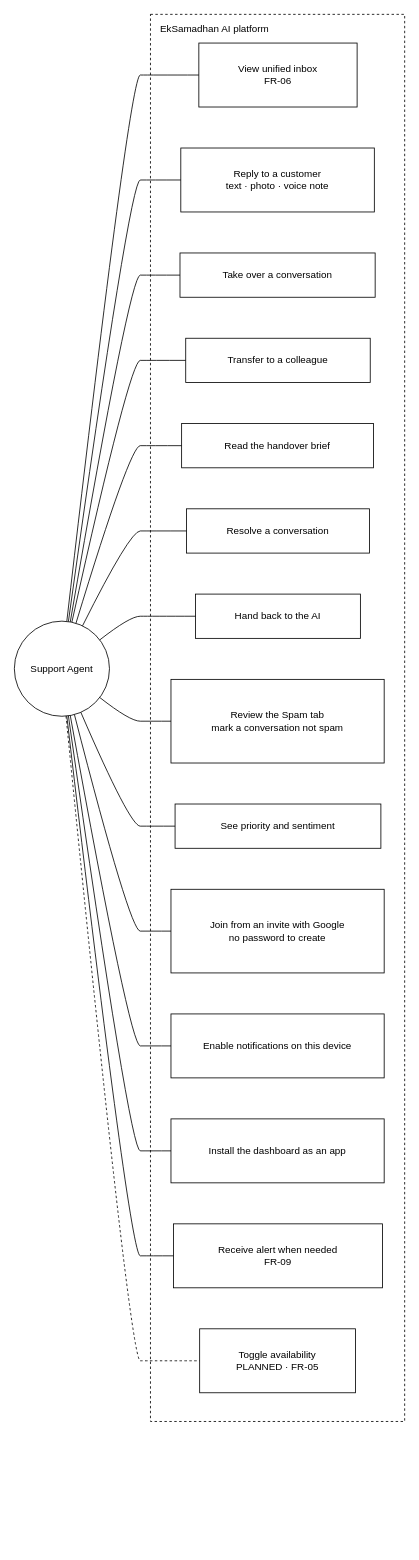
The draw.io diagram docs/system-design/draw.io/use-case/use-case-support-agent.drawio in SayubShakya/eksamadhan-ai, before the edit. Source tidied: cells renumbered, new cells numbered last; positions are measured from the earlier drawing's top-left corner, leaving out a move shared by most shapes. Both pictures are drawn from the tidied source at 82%, with x=0, y=0 at pixel (14, 14).
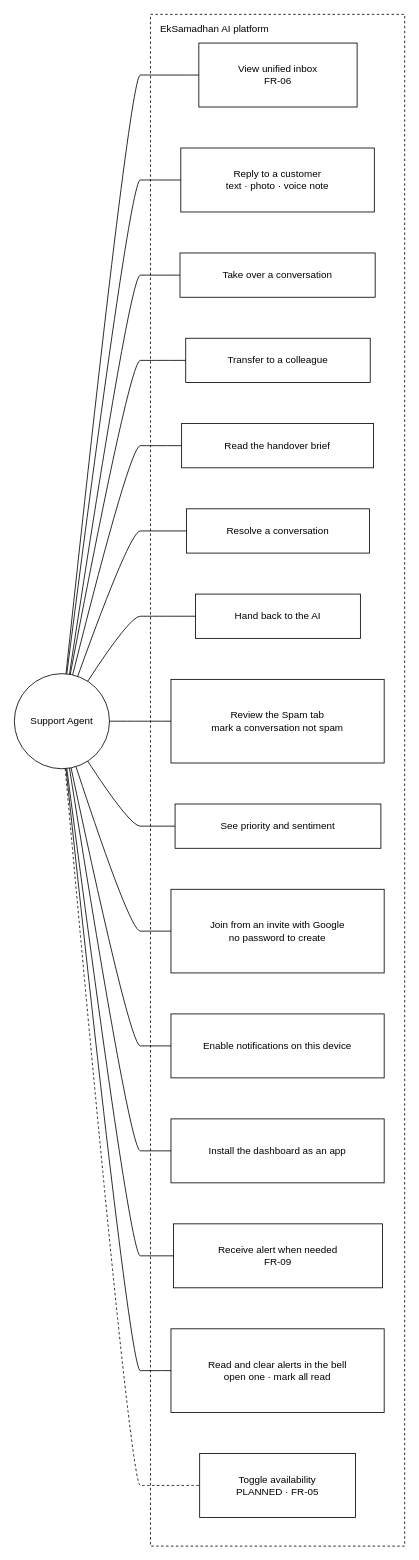
The same page after the edit.

Unchanged cells that the change refers to:
```xml
<mxCell id="4" value="View unified inbox&lt;br/&gt;FR-06" style="rounded=0;whiteSpace=wrap;html=1;" parent="2" vertex="1">
  <mxGeometry x="59" y="35" width="193" height="78" as="geometry" />
</mxCell>
<mxCell id="5" value="Reply to a customer&lt;br/&gt;text · photo · voice note" style="rounded=0;whiteSpace=wrap;html=1;" parent="2" vertex="1">
  <mxGeometry x="37" y="163" width="236" height="78" as="geometry" />
</mxCell>
<mxCell id="6" value="Take over a conversation" style="rounded=0;whiteSpace=wrap;html=1;" parent="2" vertex="1">
  <mxGeometry x="36" y="291" width="238" height="54" as="geometry" />
</mxCell>
<mxCell id="7" value="Transfer to a colleague" style="rounded=0;whiteSpace=wrap;html=1;" parent="2" vertex="1">
  <mxGeometry x="43" y="395" width="225" height="54" as="geometry" />
</mxCell>
<mxCell id="8" value="Read the handover brief" style="rounded=0;whiteSpace=wrap;html=1;" parent="2" vertex="1">
  <mxGeometry x="38" y="499" width="234" height="54" as="geometry" />
</mxCell>
<mxCell id="9" value="Resolve a conversation" style="rounded=0;whiteSpace=wrap;html=1;" parent="2" vertex="1">
  <mxGeometry x="44" y="603" width="223" height="54" as="geometry" />
</mxCell>
<mxCell id="10" value="Hand back to the AI" style="rounded=0;whiteSpace=wrap;html=1;" parent="2" vertex="1">
  <mxGeometry x="55" y="707" width="201" height="54" as="geometry" />
</mxCell>
<mxCell id="11" value="Review the Spam tab&lt;br/&gt;mark a conversation not spam" style="rounded=0;whiteSpace=wrap;html=1;" parent="2" vertex="1">
  <mxGeometry x="25" y="811" width="260" height="102" as="geometry" />
</mxCell>
<mxCell id="12" value="See priority and sentiment" style="rounded=0;whiteSpace=wrap;html=1;" parent="2" vertex="1">
  <mxGeometry x="30" y="963" width="251" height="54" as="geometry" />
</mxCell>
<mxCell id="13" value="Join from an invite with Google&lt;br/&gt;no password to create" style="rounded=0;whiteSpace=wrap;html=1;" parent="2" vertex="1">
  <mxGeometry x="25" y="1067" width="260" height="102" as="geometry" />
</mxCell>
<mxCell id="14" value="Enable notifications on this device" style="rounded=0;whiteSpace=wrap;html=1;" parent="2" vertex="1">
  <mxGeometry x="25" y="1219" width="260" height="78" as="geometry" />
</mxCell>
<mxCell id="15" value="Install the dashboard as an app" style="rounded=0;whiteSpace=wrap;html=1;" parent="2" vertex="1">
  <mxGeometry x="25" y="1347" width="260" height="78" as="geometry" />
</mxCell>
```

What changed in the source:
```diff
@@
     <mxCell id="2" value="EkSamadhan AI platform" style="rounded=0;whiteSpace=wrap;html=1;dashed=1;fillColor=none;verticalAlign=top;align=left;spacingLeft=10;spacingTop=4;" parent="1" vertex="1">
-      <mxGeometry x="166" width="310" height="1716" as="geometry" />
+      <mxGeometry x="166" width="310" height="1868" as="geometry" />
     </mxCell>
     <mxCell id="3" value="Support Agent" style="ellipse;whiteSpace=wrap;html=1;" parent="1" vertex="1">
-      <mxGeometry y="740" width="116" height="116" as="geometry" />
+      <mxGeometry y="804" width="116" height="116" as="geometry" />
     </mxCell>
@@
+    <mxCell id="32" value="Read and clear alerts in the bell&lt;br/&gt;open one · mark all read" style="rounded=0;whiteSpace=wrap;html=1;" parent="2" vertex="1">
+      <mxGeometry x="25" y="1603" width="260" height="102" as="geometry" />
+    </mxCell>
     <mxCell id="17" value="Toggle availability&lt;br/&gt;PLANNED · FR-05" style="rounded=0;whiteSpace=wrap;html=1;" parent="2" vertex="1">
-      <mxGeometry x="60" y="1603" width="190" height="78" as="geometry" />
+      <mxGeometry x="60" y="1755" width="190" height="78" as="geometry" />
     </mxCell>
-    <mxCell id="18" style="edgeStyle=none;curved=1;html=1;endArrow=none;exitX=0.56;exitY=0.00;exitDx=0;exitDy=0;entryX=0.00;entryY=0.50;entryDx=0;entryDy=0;" parent="1" edge="1" source="3" target="4">
+    <mxCell id="18" style="edgeStyle=none;curved=1;html=1;endArrow=none;exitX=0.55;exitY=0.00;exitDx=0;exitDy=0;entryX=0.00;entryY=0.50;entryDx=0;entryDy=0;" parent="1" edge="1" source="3" target="4">
       <mxGeometry relative="1" as="geometry">
         <Array as="points">
           <mxPoint x="141" y="74" />
           <mxPoint x="166" y="74" />
         </Array>
       </mxGeometry>
     </mxCell>
-    <mxCell id="19" style="edgeStyle=none;curved=1;html=1;endArrow=none;exitX=0.57;exitY=0.00;exitDx=0;exitDy=0;entryX=0.00;entryY=0.50;entryDx=0;entryDy=0;" parent="1" edge="1" source="3" target="5">
+    <mxCell id="19" style="edgeStyle=none;curved=1;html=1;endArrow=none;exitX=0.56;exitY=0.00;exitDx=0;exitDy=0;entryX=0.00;entryY=0.50;entryDx=0;entryDy=0;" parent="1" edge="1" source="3" target="5">
       <mxGeometry relative="1" as="geometry">
         <Array as="points">
           <mxPoint x="141" y="202" />
           <mxPoint x="166" y="202" />
         </Array>
       </mxGeometry>
     </mxCell>
-    <mxCell id="20" style="edgeStyle=none;curved=1;html=1;endArrow=none;exitX=0.59;exitY=0.01;exitDx=0;exitDy=0;entryX=0.00;entryY=0.50;entryDx=0;entryDy=0;" parent="1" edge="1" source="3" target="6">
+    <mxCell id="20" style="edgeStyle=none;curved=1;html=1;endArrow=none;exitX=0.58;exitY=0.01;exitDx=0;exitDy=0;entryX=0.00;entryY=0.50;entryDx=0;entryDy=0;" parent="1" edge="1" source="3" target="6">
       <mxGeometry relative="1" as="geometry">
         <Array as="points">
           <mxPoint x="141" y="318" />
           <mxPoint x="166" y="318" />
         </Array>
       </mxGeometry>
     </mxCell>
-    <mxCell id="21" style="edgeStyle=none;curved=1;html=1;endArrow=none;exitX=0.61;exitY=0.01;exitDx=0;exitDy=0;entryX=0.00;entryY=0.50;entryDx=0;entryDy=0;" parent="1" edge="1" source="3" target="7">
+    <mxCell id="21" style="edgeStyle=none;curved=1;html=1;endArrow=none;exitX=0.59;exitY=0.01;exitDx=0;exitDy=0;entryX=0.00;entryY=0.50;entryDx=0;entryDy=0;" parent="1" edge="1" source="3" target="7">
       <mxGeometry relative="1" as="geometry">
         <Array as="points">
           <mxPoint x="141" y="422" />
           <mxPoint x="166" y="422" />
         </Array>
       </mxGeometry>
     </mxCell>
-    <mxCell id="22" style="edgeStyle=none;curved=1;html=1;endArrow=none;exitX=0.65;exitY=0.02;exitDx=0;exitDy=0;entryX=0.00;entryY=0.50;entryDx=0;entryDy=0;" parent="1" edge="1" source="3" target="8">
+    <mxCell id="22" style="edgeStyle=none;curved=1;html=1;endArrow=none;exitX=0.62;exitY=0.01;exitDx=0;exitDy=0;entryX=0.00;entryY=0.50;entryDx=0;entryDy=0;" parent="1" edge="1" source="3" target="8">
       <mxGeometry relative="1" as="geometry">
         <Array as="points">
           <mxPoint x="141" y="526" />
           <mxPoint x="166" y="526" />
         </Array>
       </mxGeometry>
     </mxCell>
-    <mxCell id="23" style="edgeStyle=none;curved=1;html=1;endArrow=none;exitX=0.72;exitY=0.05;exitDx=0;exitDy=0;entryX=0.00;entryY=0.50;entryDx=0;entryDy=0;" parent="1" edge="1" source="3" target="9">
+    <mxCell id="23" style="edgeStyle=none;curved=1;html=1;endArrow=none;exitX=0.67;exitY=0.03;exitDx=0;exitDy=0;entryX=0.00;entryY=0.50;entryDx=0;entryDy=0;" parent="1" edge="1" source="3" target="9">
       <mxGeometry relative="1" as="geometry">
         <Array as="points">
           <mxPoint x="141" y="630" />
           <mxPoint x="166" y="630" />
         </Array>
       </mxGeometry>
     </mxCell>
-    <mxCell id="24" style="edgeStyle=none;curved=1;html=1;endArrow=none;exitX=0.90;exitY=0.19;exitDx=0;exitDy=0;entryX=0.00;entryY=0.50;entryDx=0;entryDy=0;" parent="1" edge="1" source="3" target="10">
+    <mxCell id="24" style="edgeStyle=none;curved=1;html=1;endArrow=none;exitX=0.77;exitY=0.08;exitDx=0;exitDy=0;entryX=0.00;entryY=0.50;entryDx=0;entryDy=0;" parent="1" edge="1" source="3" target="10">
       <mxGeometry relative="1" as="geometry">
         <Array as="points">
           <mxPoint x="141" y="734" />
           <mxPoint x="166" y="734" />
         </Array>
       </mxGeometry>
     </mxCell>
-    <mxCell id="25" style="edgeStyle=none;curved=1;html=1;endArrow=none;exitX=0.90;exitY=0.81;exitDx=0;exitDy=0;entryX=0.00;entryY=0.50;entryDx=0;entryDy=0;" parent="1" edge="1" source="3" target="11">
+    <mxCell id="25" style="edgeStyle=none;curved=1;html=1;endArrow=none;exitX=1.00;exitY=0.50;exitDx=0;exitDy=0;entryX=0.00;entryY=0.50;entryDx=0;entryDy=0;" parent="1" edge="1" source="3" target="11">
       <mxGeometry relative="1" as="geometry">
         <Array as="points">
           <mxPoint x="141" y="862" />
           <mxPoint x="166" y="862" />
         </Array>
       </mxGeometry>
     </mxCell>
-    <mxCell id="26" style="edgeStyle=none;curved=1;html=1;endArrow=none;exitX=0.70;exitY=0.96;exitDx=0;exitDy=0;entryX=0.00;entryY=0.50;entryDx=0;entryDy=0;" parent="1" edge="1" source="3" target="12">
+    <mxCell id="26" style="edgeStyle=none;curved=1;html=1;endArrow=none;exitX=0.77;exitY=0.92;exitDx=0;exitDy=0;entryX=0.00;entryY=0.50;entryDx=0;entryDy=0;" parent="1" edge="1" source="3" target="12">
       <mxGeometry relative="1" as="geometry">
         <Array as="points">
           <mxPoint x="141" y="990" />
           <mxPoint x="166" y="990" />
         </Array>
       </mxGeometry>
     </mxCell>
-    <mxCell id="27" style="edgeStyle=none;curved=1;html=1;endArrow=none;exitX=0.63;exitY=0.98;exitDx=0;exitDy=0;entryX=0.00;entryY=0.50;entryDx=0;entryDy=0;" parent="1" edge="1" source="3" target="13">
+    <mxCell id="27" style="edgeStyle=none;curved=1;html=1;endArrow=none;exitX=0.65;exitY=0.98;exitDx=0;exitDy=0;entryX=0.00;entryY=0.50;entryDx=0;entryDy=0;" parent="1" edge="1" source="3" target="13">
       <mxGeometry relative="1" as="geometry">
         <Array as="points">
           <mxPoint x="141" y="1118" />
           <mxPoint x="166" y="1118" />
         </Array>
       </mxGeometry>
     </mxCell>
-    <mxCell id="28" style="edgeStyle=none;curved=1;html=1;endArrow=none;exitX=0.59;exitY=0.99;exitDx=0;exitDy=0;entryX=0.00;entryY=0.50;entryDx=0;entryDy=0;" parent="1" edge="1" source="3" target="14">
+    <mxCell id="28" style="edgeStyle=none;curved=1;html=1;endArrow=none;exitX=0.60;exitY=0.99;exitDx=0;exitDy=0;entryX=0.00;entryY=0.50;entryDx=0;entryDy=0;" parent="1" edge="1" source="3" target="14">
       <mxGeometry relative="1" as="geometry">
         <Array as="points">
           <mxPoint x="141" y="1258" />
           <mxPoint x="166" y="1258" />
         </Array>
       </mxGeometry>
     </mxCell>
-    <mxCell id="29" style="edgeStyle=none;curved=1;html=1;endArrow=none;exitX=0.57;exitY=1.00;exitDx=0;exitDy=0;entryX=0.00;entryY=0.50;entryDx=0;entryDy=0;" parent="1" edge="1" source="3" target="15">
+    <mxCell id="29" style="edgeStyle=none;curved=1;html=1;endArrow=none;exitX=0.58;exitY=0.99;exitDx=0;exitDy=0;entryX=0.00;entryY=0.50;entryDx=0;entryDy=0;" parent="1" edge="1" source="3" target="15">
       <mxGeometry relative="1" as="geometry">
         <Array as="points">
           <mxPoint x="141" y="1386" />
           <mxPoint x="166" y="1386" />
         </Array>
       </mxGeometry>
     </mxCell>
@@
-    <mxCell id="31" style="edgeStyle=none;curved=1;html=1;dashed=1;endArrow=none;exitX=0.55;exitY=1.00;exitDx=0;exitDy=0;entryX=0.00;entryY=0.50;entryDx=0;entryDy=0;" parent="1" edge="1" source="3" target="17">
+    <mxCell id="31" style="edgeStyle=none;curved=1;html=1;endArrow=none;exitX=0.55;exitY=1.00;exitDx=0;exitDy=0;entryX=0.00;entryY=0.50;entryDx=0;entryDy=0;" parent="1" edge="1" source="3" target="32">
       <mxGeometry relative="1" as="geometry">
         <Array as="points">
-          <mxPoint x="141" y="1642" />
-          <mxPoint x="166" y="1642" />
+          <mxPoint x="141" y="1654" />
+          <mxPoint x="166" y="1654" />
         </Array>
       </mxGeometry>
     </mxCell>
+    <mxCell id="33" style="edgeStyle=none;curved=1;html=1;dashed=1;endArrow=none;exitX=0.54;exitY=1.00;exitDx=0;exitDy=0;entryX=0.00;entryY=0.50;entryDx=0;entryDy=0;" parent="1" edge="1" source="3" target="17">
+      <mxGeometry relative="1" as="geometry">
+        <Array as="points">
+          <mxPoint x="141" y="1794" />
+          <mxPoint x="166" y="1794" />
+        </Array>
+      </mxGeometry>
+    </mxCell>
```
